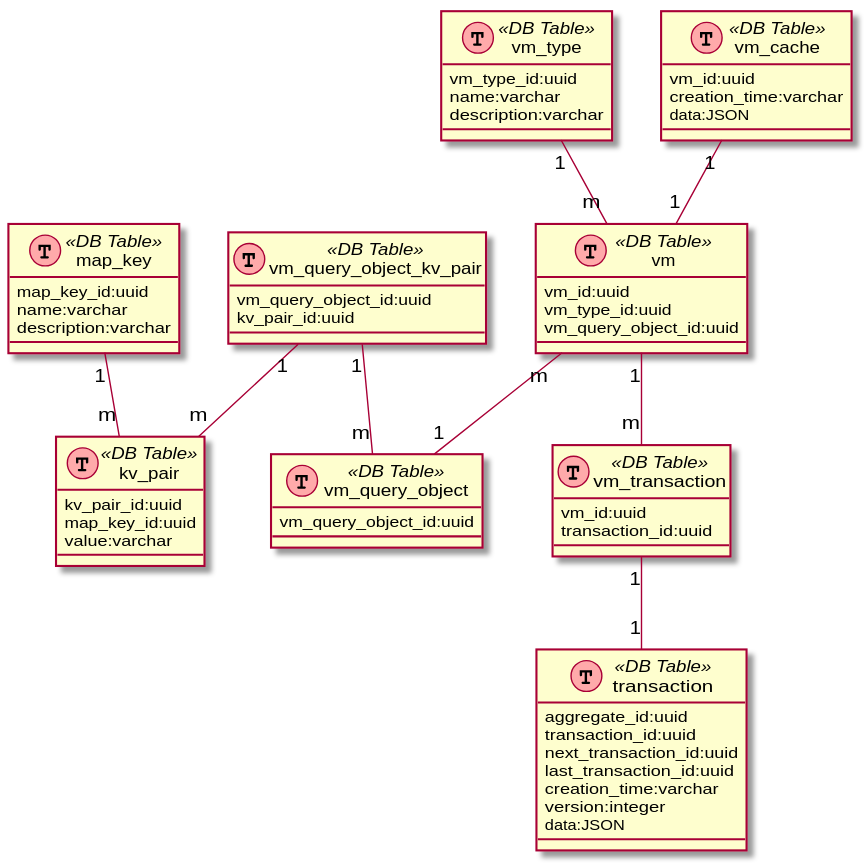
Before: schema-diagram.svg, a diagram exported from PlantUML (supalogix/cqrs-mysql). Source of this version:
```plantuml
@startuml

class transaction <<(T, #FFAAAA) DB Table>>
transaction : aggregate_id:uuid
transaction : transaction_id:uuid
transaction : next_transaction_id:uuid
transaction : last_transaction_id:uuid
transaction : creation_time:varchar
transaction : version:integer
transaction : data:JSON

class vm_type <<(T, #FFAAAA) DB Table>>
vm_type : vm_type_id:uuid
vm_type : name:varchar
vm_type : description:varchar

class vm <<(T, #FFAAAA) DB Table>>
vm : vm_id:uuid
vm : vm_type_id:uuid
vm : vm_query_object_id:uuid

class vm_cache <<(T, #FFAAAA) DB Table>>
vm_cache : vm_id:uuid
vm_cache : creation_time:varchar
vm_cache : data:JSON

class vm_query_object <<(T, #FFAAAA) DB Table>>
vm_query_object : vm_query_object_id:uuid

class vm_query_object_kv_pair <<(T, #FFAAAA) DB Table>>
vm_query_object_kv_pair : vm_query_object_id:uuid
vm_query_object_kv_pair : kv_pair_id:uuid

class kv_pair <<(T, #FFAAAA) DB Table>>
kv_pair : kv_pair_id:uuid
kv_pair : map_key_id:uuid
kv_pair : value:varchar

class map_key <<(T, #FFAAAA) DB Table>>
map_key : map_key_id:uuid
map_key : name:varchar
map_key : description:varchar

class vm_transaction <<(T, #FFAAAA) DB Table>>
vm_transaction : vm_id:uuid
vm_transaction : transaction_id:uuid

vm "m" -- "1" vm_query_object
vm_type "1" -- "m" vm
vm "1" -- "m" vm_transaction
vm_transaction "1" -- "1" transaction
vm_cache "1" -- "1" vm
vm_query_object_kv_pair "1" -- "m" vm_query_object
vm_query_object_kv_pair "1" -- "m" kv_pair
map_key "1" -- "m" kv_pair
@enduml
```
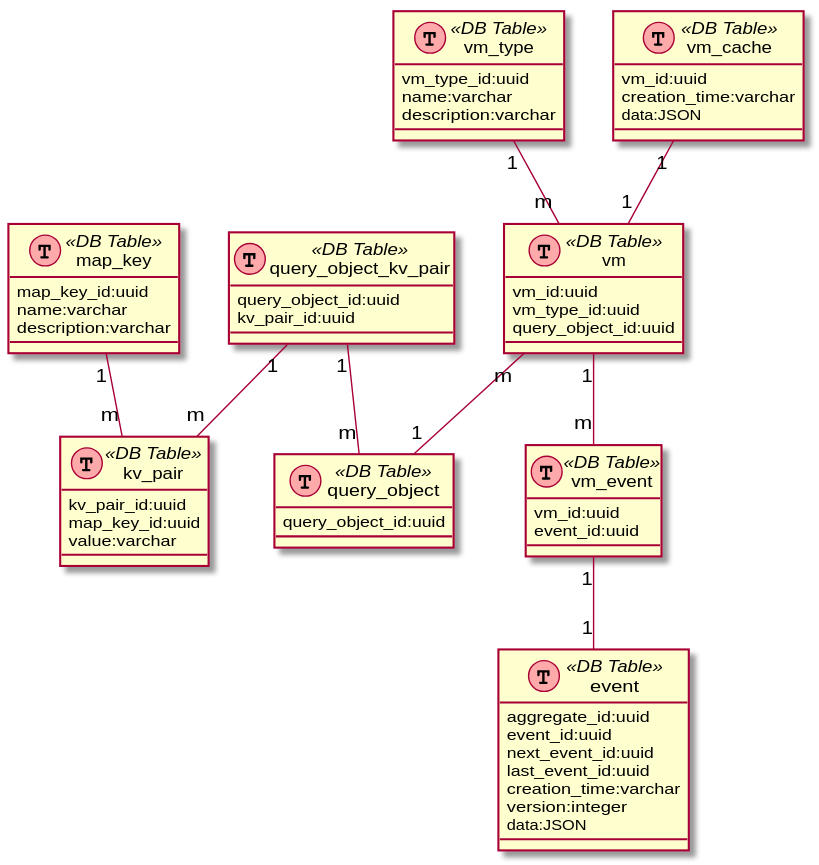
Later version of the same file.

Diff of the diagram source:
```diff
@@ -1,13 +1,13 @@
 @startuml
 
-class transaction <<(T, #FFAAAA) DB Table>>
-transaction : aggregate_id:uuid
-transaction : transaction_id:uuid
-transaction : next_transaction_id:uuid
-transaction : last_transaction_id:uuid
-transaction : creation_time:varchar
-transaction : version:integer
-transaction : data:JSON
+class event <<(T, #FFAAAA) DB Table>>
+event : aggregate_id:uuid
+event : event_id:uuid
+event : next_event_id:uuid
+event : last_event_id:uuid
+event : creation_time:varchar
+event : version:integer
+event : data:JSON
 
 class vm_type <<(T, #FFAAAA) DB Table>>
 vm_type : vm_type_id:uuid
@@ -17,19 +17,19 @@
 class vm <<(T, #FFAAAA) DB Table>>
 vm : vm_id:uuid
 vm : vm_type_id:uuid
-vm : vm_query_object_id:uuid
+vm : query_object_id:uuid
 
 class vm_cache <<(T, #FFAAAA) DB Table>>
 vm_cache : vm_id:uuid
 vm_cache : creation_time:varchar
 vm_cache : data:JSON
 
-class vm_query_object <<(T, #FFAAAA) DB Table>>
-vm_query_object : vm_query_object_id:uuid
+class query_object <<(T, #FFAAAA) DB Table>>
+query_object : query_object_id:uuid
 
-class vm_query_object_kv_pair <<(T, #FFAAAA) DB Table>>
-vm_query_object_kv_pair : vm_query_object_id:uuid
-vm_query_object_kv_pair : kv_pair_id:uuid
+class query_object_kv_pair <<(T, #FFAAAA) DB Table>>
+query_object_kv_pair : query_object_id:uuid
+query_object_kv_pair : kv_pair_id:uuid
 
 class kv_pair <<(T, #FFAAAA) DB Table>>
 kv_pair : kv_pair_id:uuid
@@ -41,16 +41,16 @@
 map_key : name:varchar
 map_key : description:varchar
 
-class vm_transaction <<(T, #FFAAAA) DB Table>>
-vm_transaction : vm_id:uuid
-vm_transaction : transaction_id:uuid
+class vm_event <<(T, #FFAAAA) DB Table>>
+vm_event : vm_id:uuid
+vm_event : event_id:uuid
 
-vm "m" -- "1" vm_query_object
+vm "m" -- "1" query_object
 vm_type "1" -- "m" vm
-vm "1" -- "m" vm_transaction
-vm_transaction "1" -- "1" transaction
+vm "1" -- "m" vm_event
+vm_event "1" -- "1" event
 vm_cache "1" -- "1" vm
-vm_query_object_kv_pair "1" -- "m" vm_query_object
-vm_query_object_kv_pair "1" -- "m" kv_pair
+query_object_kv_pair "1" -- "m" query_object
+query_object_kv_pair "1" -- "m" kv_pair
 map_key "1" -- "m" kv_pair
 @enduml
```
